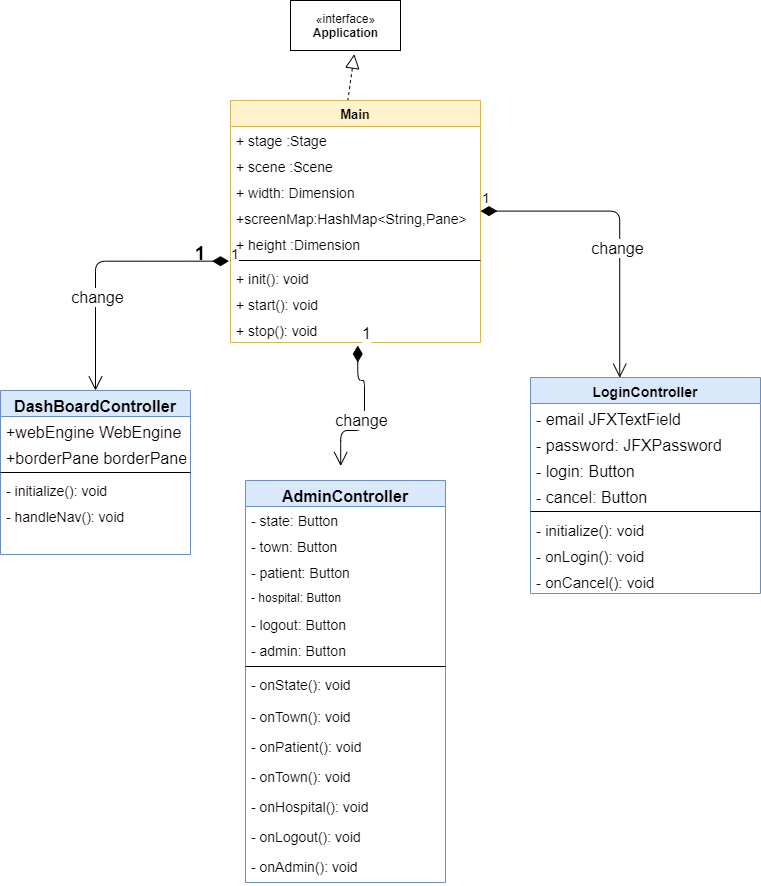
This is diagram/Class_diagram.png from mgkyawmyotun/covid19userjava, a draw.io export, as it was before one commit. Source tidied: cells renumbered, new cells last; positions are measured from the earlier drawing's top-left corner, leaving out a move shared by most shapes.
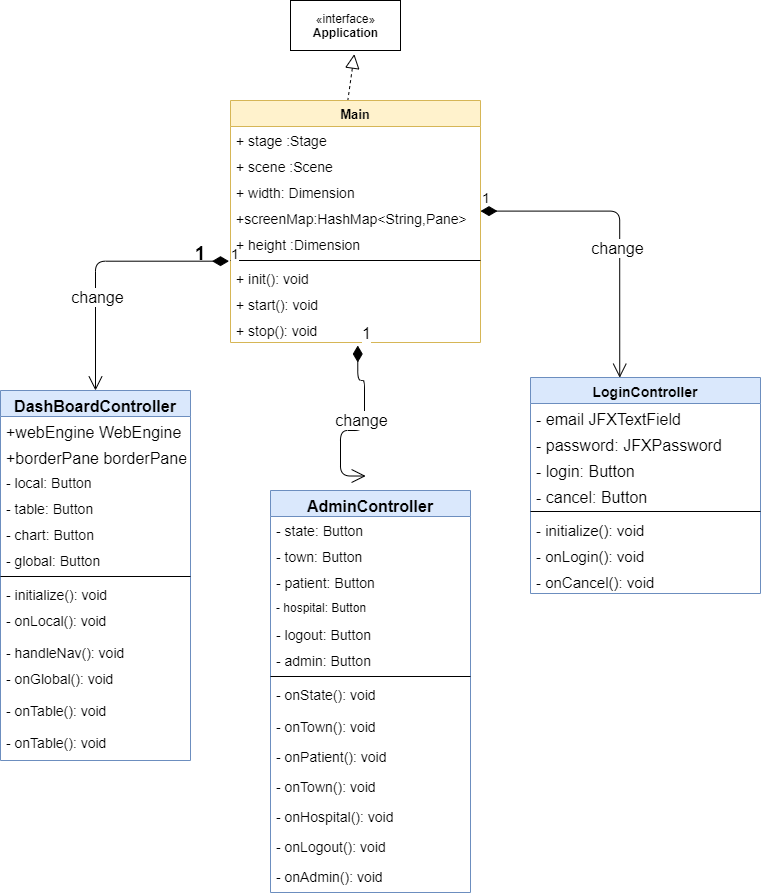
Above is the later version.

Change to the diagram source:
```diff
@@ -54,7 +54,7 @@
       <mxGeometry x="0.15" y="-3" relative="1" as="geometry" />
     </mxCell>
     <mxCell id="19" value="DashBoardController" style="swimlane;fontStyle=1;align=center;verticalAlign=top;horizontal=1;startSize=26;rounded=0;shadow=0;strokeWidth=1;fontSize=16;fillColor=#dae8fc;strokeColor=#6c8ebf;" parent="1" vertex="1">
-      <mxGeometry y="390" width="190" height="164" as="geometry" />
+      <mxGeometry y="390" width="190" height="370" as="geometry" />
     </mxCell>
     <mxCell id="20" value="+webEngine WebEngine" style="text;align=left;verticalAlign=top;spacingLeft=4;spacingRight=4;overflow=hidden;fontSize=16;" parent="19" vertex="1">
       <mxGeometry y="26" width="190" height="26" as="geometry" />
@@ -62,15 +62,39 @@
     <mxCell id="21" value="+borderPane borderPane" style="text;align=left;verticalAlign=top;spacingLeft=4;spacingRight=4;overflow=hidden;rounded=0;shadow=0;html=0;fontSize=16;" parent="19" vertex="1">
       <mxGeometry y="52" width="190" height="26" as="geometry" />
     </mxCell>
+    <mxCell id="51" value="- local: Button" style="text;strokeColor=none;fillColor=none;align=left;verticalAlign=top;spacingLeft=4;spacingRight=4;overflow=hidden;fontSize=14;" parent="19" vertex="1">
+      <mxGeometry y="78" width="190" height="26" as="geometry" />
+    </mxCell>
+    <mxCell id="52" value="- table: Button" style="text;strokeColor=none;fillColor=none;align=left;verticalAlign=top;spacingLeft=4;spacingRight=4;overflow=hidden;fontSize=14;" parent="19" vertex="1">
+      <mxGeometry y="104" width="190" height="26" as="geometry" />
+    </mxCell>
+    <mxCell id="53" value="- chart: Button" style="text;strokeColor=none;fillColor=none;align=left;verticalAlign=top;spacingLeft=4;spacingRight=4;overflow=hidden;fontSize=14;" parent="19" vertex="1">
+      <mxGeometry y="130" width="190" height="26" as="geometry" />
+    </mxCell>
+    <mxCell id="54" value="- global: Button" style="text;strokeColor=none;fillColor=none;align=left;verticalAlign=top;spacingLeft=4;spacingRight=4;overflow=hidden;fontSize=14;" parent="19" vertex="1">
+      <mxGeometry y="156" width="190" height="26" as="geometry" />
+    </mxCell>
     <mxCell id="22" style="line;html=1;strokeWidth=1;align=left;verticalAlign=middle;spacingTop=-1;spacingLeft=3;spacingRight=3;labelPosition=right;" parent="19" vertex="1">
-      <mxGeometry y="78" width="190" height="8" as="geometry" />
+      <mxGeometry y="182" width="190" height="8" as="geometry" />
     </mxCell>
     <mxCell id="23" value="- initialize(): void&#10;" style="text;strokeColor=none;fillColor=none;align=left;verticalAlign=top;spacingLeft=4;spacingRight=4;overflow=hidden;fontSize=14;" parent="19" vertex="1">
-      <mxGeometry y="86" width="190" height="26" as="geometry" />
+      <mxGeometry y="190" width="190" height="26" as="geometry" />
     </mxCell>
+    <mxCell id="55" value="- onLocal(): void" style="text;strokeColor=none;fillColor=none;align=left;verticalAlign=top;spacingLeft=4;spacingRight=4;overflow=hidden;fontSize=14;" parent="19" vertex="1">
+      <mxGeometry y="216" width="190" height="32" as="geometry" />
+    </mxCell>
     <mxCell id="24" value="- handleNav(): void&#10;" style="text;strokeColor=none;fillColor=none;align=left;verticalAlign=top;spacingLeft=4;spacingRight=4;overflow=hidden;fontSize=14;" parent="19" vertex="1">
-      <mxGeometry y="112" width="190" height="26" as="geometry" />
+      <mxGeometry y="248" width="190" height="26" as="geometry" />
     </mxCell>
+    <mxCell id="56" value="- onGlobal(): void" style="text;strokeColor=none;fillColor=none;align=left;verticalAlign=top;spacingLeft=4;spacingRight=4;overflow=hidden;fontSize=14;" parent="19" vertex="1">
+      <mxGeometry y="274" width="190" height="32" as="geometry" />
+    </mxCell>
+    <mxCell id="57" value="- onTable(): void" style="text;strokeColor=none;fillColor=none;align=left;verticalAlign=top;spacingLeft=4;spacingRight=4;overflow=hidden;fontSize=14;" parent="19" vertex="1">
+      <mxGeometry y="306" width="190" height="32" as="geometry" />
+    </mxCell>
+    <mxCell id="58" value="- onTable(): void" style="text;strokeColor=none;fillColor=none;align=left;verticalAlign=top;spacingLeft=4;spacingRight=4;overflow=hidden;fontSize=14;" parent="19" vertex="1">
+      <mxGeometry y="338" width="190" height="32" as="geometry" />
+    </mxCell>
     <mxCell id="25" value="LoginController" style="swimlane;fontStyle=1;align=center;verticalAlign=top;horizontal=1;startSize=26;fontSize=14;fillColor=#dae8fc;strokeColor=#6c8ebf;" parent="1" vertex="1">
       <mxGeometry x="530" y="377" width="230" height="216" as="geometry" />
     </mxCell>
@@ -112,7 +136,7 @@
       <mxGeometry x="360" y="420" as="geometry" />
     </mxCell>
     <mxCell id="36" value="AdminController" style="swimlane;fontStyle=1;align=center;verticalAlign=top;horizontal=1;startSize=26;fontSize=16;fillColor=#dae8fc;strokeColor=#6c8ebf;" parent="1" vertex="1">
-      <mxGeometry x="245" y="480" width="200" height="402" as="geometry" />
+      <mxGeometry x="270" y="490" width="200" height="402" as="geometry" />
     </mxCell>
     <mxCell id="37" value="- state: Button" style="text;strokeColor=none;fillColor=none;align=left;verticalAlign=top;spacingLeft=4;spacingRight=4;overflow=hidden;fontSize=14;" parent="36" vertex="1">
       <mxGeometry y="26" width="200" height="26" as="geometry" />
```
